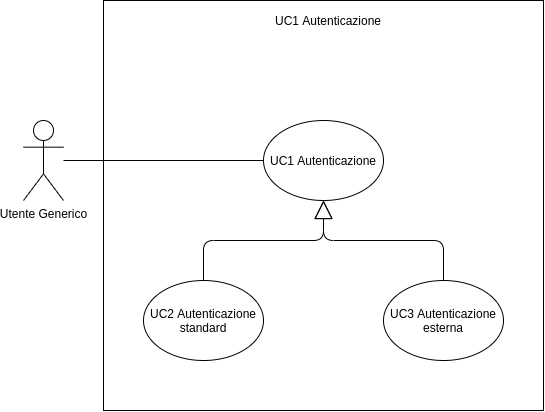
The draw.io diagram Images/AnalisiRequisiti/UC01.png in techsweave/TechSWEaveDocumentation, before a commit. Source tidied: cells renumbered, new cells last; positions are measured from the earlier drawing's top-left corner, leaving out a move shared by most shapes. Source of this version:
```xml
<mxGraphModel>
  <root>
    <mxCell id="0" />
    <mxCell id="1" parent="0" />
    <mxCell id="2" style="rounded=0;whiteSpace=wrap;html=1;fillColor=none;" parent="1" vertex="1">
      <mxGeometry x="80" width="440" height="410" as="geometry" />
    </mxCell>
    <mxCell id="3" style="edgeStyle=orthogonalEdgeStyle;rounded=0;jettySize=auto;html=1;endArrow=none;endFill=0;" parent="1" edge="1" source="4" target="6">
      <mxGeometry relative="1" as="geometry" />
    </mxCell>
    <mxCell id="4" value="Utente Generico&lt;br&gt;" style="shape=umlActor;verticalLabelPosition=bottom;verticalAlign=top;html=1;fillColor=none;" parent="1" vertex="1">
      <mxGeometry y="120" width="40" height="80" as="geometry" />
    </mxCell>
    <mxCell id="5" value="UC1 Autenticazione" style="text;html=1;strokeColor=none;fillColor=none;align=center;verticalAlign=middle;whiteSpace=wrap;rounded=0;" parent="1" vertex="1">
      <mxGeometry x="250" y="10" width="110" height="20" as="geometry" />
    </mxCell>
    <mxCell id="6" value="UC1 Autenticazione" style="ellipse;whiteSpace=wrap;html=1;fillColor=none;" parent="1" vertex="1">
      <mxGeometry x="240" y="120" width="120" height="80" as="geometry" />
    </mxCell>
    <mxCell id="7" value="UC3 Autenticazione esterna" style="ellipse;whiteSpace=wrap;html=1;fillColor=none;" parent="1" vertex="1">
      <mxGeometry x="360" y="280" width="120" height="80" as="geometry" />
    </mxCell>
    <mxCell id="8" value="UC2 Autenticazione standard" style="ellipse;whiteSpace=wrap;html=1;fillColor=none;" parent="1" vertex="1">
      <mxGeometry x="120" y="280" width="120" height="80" as="geometry" />
    </mxCell>
    <mxCell id="9" value="Extends" style="endArrow=block;endSize=16;endFill=0;html=1;noLabel=1;fontColor=none;exitX=0.5;exitY=0;exitDx=0;exitDy=0;entryX=0.5;entryY=1;entryDx=0;entryDy=0;" parent="1" edge="1" source="7" target="6">
      <mxGeometry relative="1" as="geometry">
        <Array as="points">
          <mxPoint x="420" y="240" />
          <mxPoint x="300" y="240" />
        </Array>
      </mxGeometry>
    </mxCell>
    <mxCell id="10" value="Extends" style="endArrow=block;endSize=16;endFill=0;html=1;noLabel=1;fontColor=none;exitX=0.5;exitY=0;exitDx=0;exitDy=0;" parent="1" edge="1" source="8">
      <mxGeometry relative="1" as="geometry">
        <mxPoint x="300" y="200" as="targetPoint" />
        <Array as="points">
          <mxPoint x="180" y="240" />
          <mxPoint x="300" y="240" />
        </Array>
      </mxGeometry>
    </mxCell>
  </root>
</mxGraphModel>
```
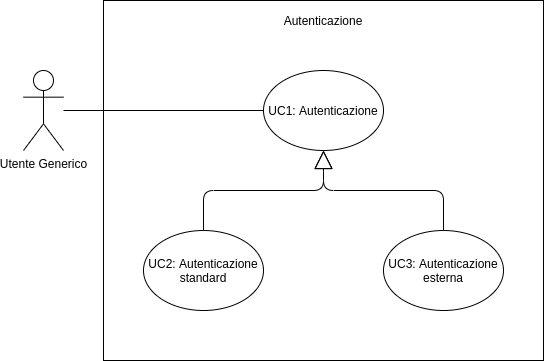
The same diagram one commit later.

Change to the diagram source:
```diff
@@ -2,28 +2,28 @@
   <root>
     <mxCell id="0" />
     <mxCell id="1" parent="0" />
-    <mxCell id="2" style="rounded=0;whiteSpace=wrap;html=1;fillColor=none;" parent="1" vertex="1">
-      <mxGeometry x="80" width="440" height="410" as="geometry" />
-    </mxCell>
-    <mxCell id="3" style="edgeStyle=orthogonalEdgeStyle;rounded=0;jettySize=auto;html=1;endArrow=none;endFill=0;" parent="1" edge="1" source="4" target="6">
-      <mxGeometry relative="1" as="geometry" />
-    </mxCell>
+    <mxCell id="11" style="rounded=0;whiteSpace=wrap;html=1;fillColor=none;" parent="1" vertex="1">
+      <mxGeometry x="80" y="50" width="440" height="360" as="geometry" />
+    </mxCell>
+    <mxCell id="12" style="edgeStyle=orthogonalEdgeStyle;rounded=0;jettySize=auto;html=1;endArrow=none;endFill=0;" parent="1" edge="1" source="4" target="14">
+      <mxGeometry relative="1" as="geometry" />
+    </mxCell>
     <mxCell id="4" value="Utente Generico&lt;br&gt;" style="shape=umlActor;verticalLabelPosition=bottom;verticalAlign=top;html=1;fillColor=none;" parent="1" vertex="1">
       <mxGeometry y="120" width="40" height="80" as="geometry" />
     </mxCell>
-    <mxCell id="5" value="UC1 Autenticazione" style="text;html=1;strokeColor=none;fillColor=none;align=center;verticalAlign=middle;whiteSpace=wrap;rounded=0;" parent="1" vertex="1">
-      <mxGeometry x="250" y="10" width="110" height="20" as="geometry" />
-    </mxCell>
-    <mxCell id="6" value="UC1 Autenticazione" style="ellipse;whiteSpace=wrap;html=1;fillColor=none;" parent="1" vertex="1">
-      <mxGeometry x="240" y="120" width="120" height="80" as="geometry" />
-    </mxCell>
-    <mxCell id="7" value="UC3 Autenticazione esterna" style="ellipse;whiteSpace=wrap;html=1;fillColor=none;" parent="1" vertex="1">
-      <mxGeometry x="360" y="280" width="120" height="80" as="geometry" />
-    </mxCell>
-    <mxCell id="8" value="UC2 Autenticazione standard" style="ellipse;whiteSpace=wrap;html=1;fillColor=none;" parent="1" vertex="1">
-      <mxGeometry x="120" y="280" width="120" height="80" as="geometry" />
-    </mxCell>
+    <mxCell id="13" value="Autenticazione" style="text;html=1;strokeColor=none;fillColor=none;align=center;verticalAlign=middle;whiteSpace=wrap;rounded=0;" parent="1" vertex="1">
+      <mxGeometry x="245" y="60" width="110" height="20" as="geometry" />
+    </mxCell>
+    <mxCell id="14" value="UC1: Autenticazione" style="ellipse;whiteSpace=wrap;html=1;fillColor=none;" parent="1" vertex="1">
+      <mxGeometry x="240" y="120" width="120" height="80" as="geometry" />
+    </mxCell>
+    <mxCell id="15" value="UC3: Autenticazione esterna" style="ellipse;whiteSpace=wrap;html=1;fillColor=none;" parent="1" vertex="1">
+      <mxGeometry x="360" y="280" width="120" height="80" as="geometry" />
+    </mxCell>
+    <mxCell id="16" value="UC2: Autenticazione standard" style="ellipse;whiteSpace=wrap;html=1;fillColor=none;" parent="1" vertex="1">
+      <mxGeometry x="120" y="280" width="120" height="80" as="geometry" />
+    </mxCell>
-    <mxCell id="9" value="Extends" style="endArrow=block;endSize=16;endFill=0;html=1;noLabel=1;fontColor=none;exitX=0.5;exitY=0;exitDx=0;exitDy=0;entryX=0.5;entryY=1;entryDx=0;entryDy=0;" parent="1" edge="1" source="7" target="6">
+    <mxCell id="9" value="Extends" style="endArrow=block;endSize=16;endFill=0;html=1;noLabel=1;fontColor=none;exitX=0.5;exitY=0;exitDx=0;exitDy=0;entryX=0.5;entryY=1;entryDx=0;entryDy=0;" parent="1" edge="1" source="15" target="14">
       <mxGeometry relative="1" as="geometry">
         <Array as="points">
           <mxPoint x="420" y="240" />
@@ -31,7 +31,7 @@
         </Array>
       </mxGeometry>
     </mxCell>
-    <mxCell id="10" value="Extends" style="endArrow=block;endSize=16;endFill=0;html=1;noLabel=1;fontColor=none;exitX=0.5;exitY=0;exitDx=0;exitDy=0;" parent="1" edge="1" source="8">
+    <mxCell id="10" value="Extends" style="endArrow=block;endSize=16;endFill=0;html=1;noLabel=1;fontColor=none;exitX=0.5;exitY=0;exitDx=0;exitDy=0;" parent="1" edge="1" source="16">
       <mxGeometry relative="1" as="geometry">
         <mxPoint x="300" y="200" as="targetPoint" />
         <Array as="points">
```
